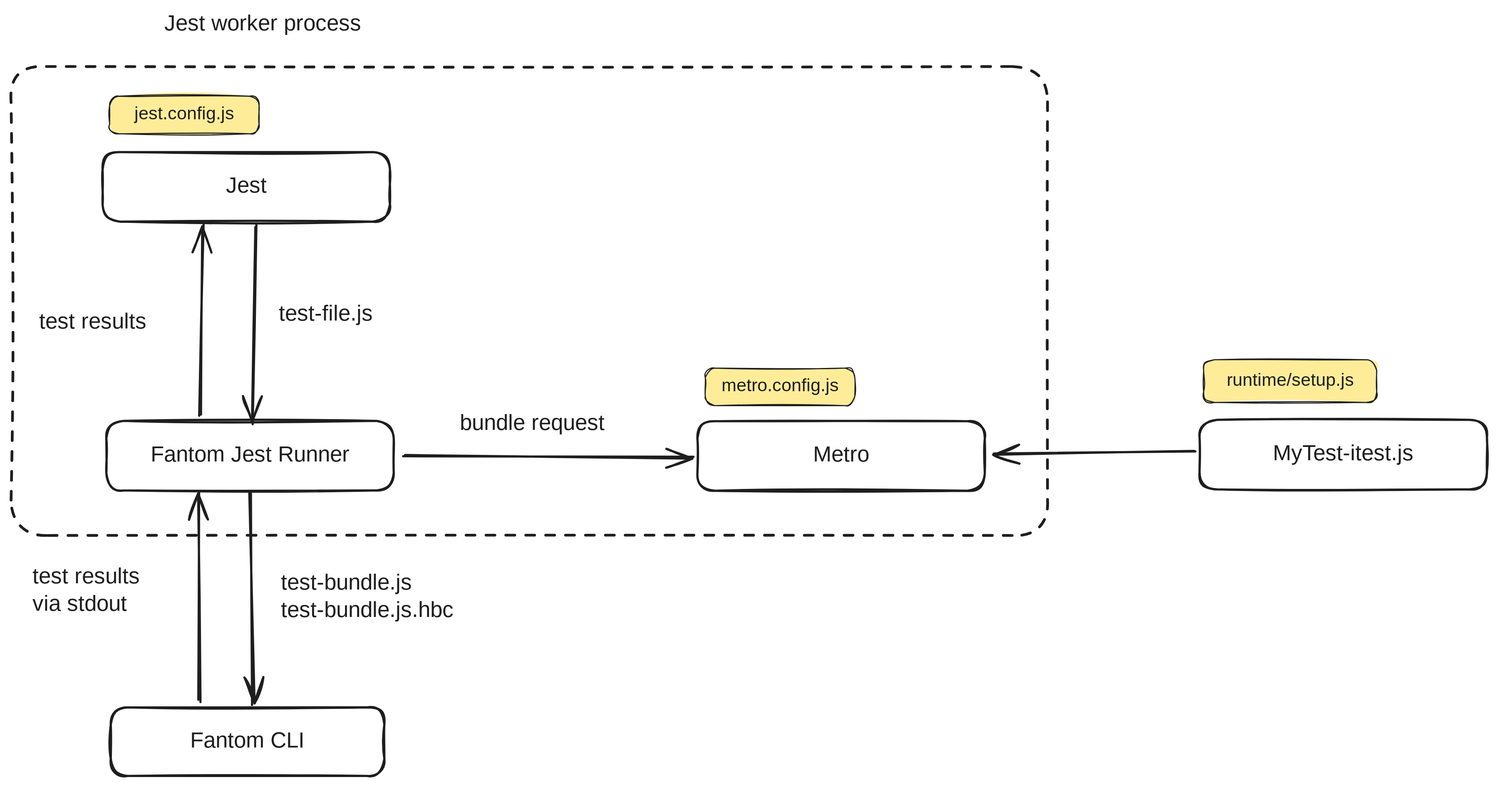
Earlier version of the Excalidraw export packages/react-native-fantom/__docs__/architecture.excalidraw.svg (facebook/react-native). Source tidied: one line per element, renumbered; positions are measured from the earlier drawing's top-left corner, leaving out a move shared by most shapes. The source it was exported from:
```json
{"id": 0, "type": "rectangle", "strokeColor": "#1e1e1e", "strokeWidth": 2, "roughness": 1, "round": true, "x": 90, "y": 630, "width": 247, "height": 62}
{"id": 1, "type": "text", "text": "Fantom CLI", "strokeColor": "#1e1e1e", "strokeWidth": 2, "roughness": 1, "fontSize": 20, "fontFamily": 5, "textAlign": "center", "verticalAlign": "middle", "inside": 0, "x": 157, "y": 649, "width": 113, "height": 25}
{"id": 2, "type": "rectangle", "strokeColor": "#1e1e1e", "strokeWidth": 2, "roughness": 1, "round": true, "x": 1075, "y": 370, "width": 260, "height": 63}
{"id": 3, "type": "text", "text": "MyTest-itest.js", "strokeColor": "#1e1e1e", "strokeWidth": 2, "roughness": 1, "fontSize": 20, "fontFamily": 5, "textAlign": "center", "verticalAlign": "middle", "inside": 2, "x": 1128, "y": 389, "width": 154, "height": 25}
{"id": 4, "type": "rectangle", "strokeColor": "#1e1e1e", "strokeWidth": 2, "roughness": 1, "round": true, "x": 83, "y": 128, "width": 260, "height": 63}
{"id": 5, "type": "text", "text": "Jest", "strokeColor": "#1e1e1e", "strokeWidth": 2, "roughness": 1, "fontSize": 20, "fontFamily": 5, "textAlign": "center", "verticalAlign": "middle", "inside": 4, "x": 191, "y": 147, "width": 44, "height": 25}
{"id": 6, "type": "rectangle", "strokeColor": "#1e1e1e", "strokeWidth": 2, "roughness": 1, "round": true, "x": 86, "y": 371, "width": 260, "height": 63}
{"id": 7, "type": "text", "text": "Fantom Jest Runner", "strokeColor": "#1e1e1e", "strokeWidth": 2, "roughness": 1, "fontSize": 20, "fontFamily": 5, "textAlign": "center", "verticalAlign": "middle", "inside": 6, "x": 118, "y": 390, "width": 197, "height": 25}
{"id": 8, "type": "rectangle", "strokeColor": "#1e1e1e", "strokeWidth": 2, "roughness": 1, "round": true, "x": 621, "y": 371, "width": 260, "height": 63}
{"id": 9, "type": "text", "text": "Metro", "strokeColor": "#1e1e1e", "strokeWidth": 2, "roughness": 1, "fontSize": 20, "fontFamily": 5, "textAlign": "center", "verticalAlign": "middle", "inside": 8, "x": 722, "y": 390, "width": 57, "height": 25}
{"id": 10, "type": "arrow", "strokeColor": "#1e1e1e", "strokeWidth": 2, "roughness": 1, "endArrowhead": "arrow", "round": true, "from": 2, "to": 8, "x": 1071, "y": 398, "width": 182, "height": 4, "points": [[0, 0], [-182, 4]]}
{"id": 11, "type": "arrow", "strokeColor": "#1e1e1e", "strokeWidth": 2, "roughness": 1, "endArrowhead": "arrow", "round": true, "from": 6, "to": 0, "x": 217, "y": 436, "width": 2, "height": 191, "points": [[0, 0], [2, 191]]}
{"id": 12, "type": "arrow", "strokeColor": "#1e1e1e", "strokeWidth": 2, "roughness": 1, "endArrowhead": "arrow", "round": true, "from": 4, "to": 6, "x": 221, "y": 195, "width": 3, "height": 179, "points": [[0, 0], [-3, 179]]}
{"id": 13, "type": "text", "text": "test-file.js", "strokeColor": "#1e1e1e", "strokeWidth": 2, "roughness": 1, "fontSize": 20, "fontFamily": 5, "x": 242, "y": 262, "width": 105, "height": 25}
{"id": 14, "type": "text", "text": "test-bundle.js\ntest-bundle.js.hbc", "strokeColor": "#1e1e1e", "strokeWidth": 2, "roughness": 1, "fontSize": 20, "fontFamily": 5, "x": 244, "y": 506, "width": 173, "height": 50}
{"id": 15, "type": "arrow", "strokeColor": "#1e1e1e", "strokeWidth": 2, "roughness": 1, "endArrowhead": "arrow", "round": true, "from": 6, "to": 8, "x": 356, "y": 403, "width": 262, "height": 0, "points": [[0, 0], [262, 0]]}
{"id": 16, "type": "text", "text": "bundle request", "strokeColor": "#1e1e1e", "strokeWidth": 2, "roughness": 1, "fontSize": 20, "fontFamily": 5, "x": 406, "y": 362, "width": 141, "height": 25}
{"id": 17, "type": "arrow", "strokeColor": "#1e1e1e", "strokeWidth": 2, "roughness": 1, "endArrowhead": "arrow", "round": true, "from": 0, "to": 6, "x": 170, "y": 624, "width": 0, "height": 188, "points": [[0, 0], [0, -188]]}
{"id": 18, "type": "text", "text": "test results\nvia stdout", "strokeColor": "#1e1e1e", "strokeWidth": 2, "roughness": 1, "fontSize": 20, "fontFamily": 5, "x": 19, "y": 500, "width": 119, "height": 50}
{"id": 19, "type": "arrow", "strokeColor": "#1e1e1e", "strokeWidth": 2, "roughness": 1, "endArrowhead": "arrow", "round": true, "from": 6, "to": 4, "x": 171, "y": 366, "width": 3, "height": 173, "points": [[0, 0], [3, -173]]}
{"id": 20, "type": "text", "text": "test results", "strokeColor": "#1e1e1e", "strokeWidth": 2, "roughness": 1, "fontSize": 20, "fontFamily": 5, "x": 25, "y": 270, "width": 119, "height": 25}
{"id": 21, "type": "rectangle", "strokeColor": "#1e1e1e", "strokeWidth": 2, "strokeStyle": "dashed", "roughness": 1, "round": true, "x": 0, "y": 50, "width": 938, "height": 425}
{"id": 22, "type": "text", "text": "Jest worker process", "strokeColor": "#1e1e1e", "strokeWidth": 2, "strokeStyle": "dashed", "roughness": 1, "fontSize": 20, "fontFamily": 5, "x": 139, "y": 0, "width": 197, "height": 25}
{"id": 23, "type": "rectangle", "strokeColor": "#1e1e1e", "backgroundColor": "#ffec99", "fillStyle": "solid", "strokeWidth": 1, "roughness": 1, "round": true, "x": 628, "y": 323, "width": 135, "height": 34}
{"id": 24, "type": "text", "text": "metro.config.js", "strokeColor": "#1e1e1e", "strokeWidth": 2, "strokeStyle": "dashed", "roughness": 1, "fontSize": 16, "fontFamily": 5, "textAlign": "center", "verticalAlign": "middle", "inside": 23, "x": 638, "y": 330, "width": 114, "height": 20}
{"id": 25, "type": "rectangle", "strokeColor": "#1e1e1e", "backgroundColor": "#ffec99", "fillStyle": "solid", "strokeWidth": 1, "roughness": 1, "round": true, "x": 89, "y": 77, "width": 135, "height": 34}
{"id": 26, "type": "text", "text": "jest.config.js", "strokeColor": "#1e1e1e", "strokeWidth": 2, "strokeStyle": "dashed", "roughness": 1, "fontSize": 16, "fontFamily": 5, "textAlign": "center", "verticalAlign": "middle", "inside": 25, "x": 106, "y": 84, "width": 102, "height": 20}
{"id": 27, "type": "rectangle", "strokeColor": "#1e1e1e", "backgroundColor": "#ffec99", "fillStyle": "solid", "strokeWidth": 1, "roughness": 1, "round": true, "x": 1079, "y": 316, "width": 157, "height": 39}
{"id": 28, "type": "text", "text": "runtime/setup.js", "strokeColor": "#1e1e1e", "strokeWidth": 2, "strokeStyle": "dashed", "roughness": 1, "fontSize": 16, "fontFamily": 5, "textAlign": "center", "verticalAlign": "middle", "inside": 27, "x": 1093, "y": 325, "width": 127, "height": 20}
```
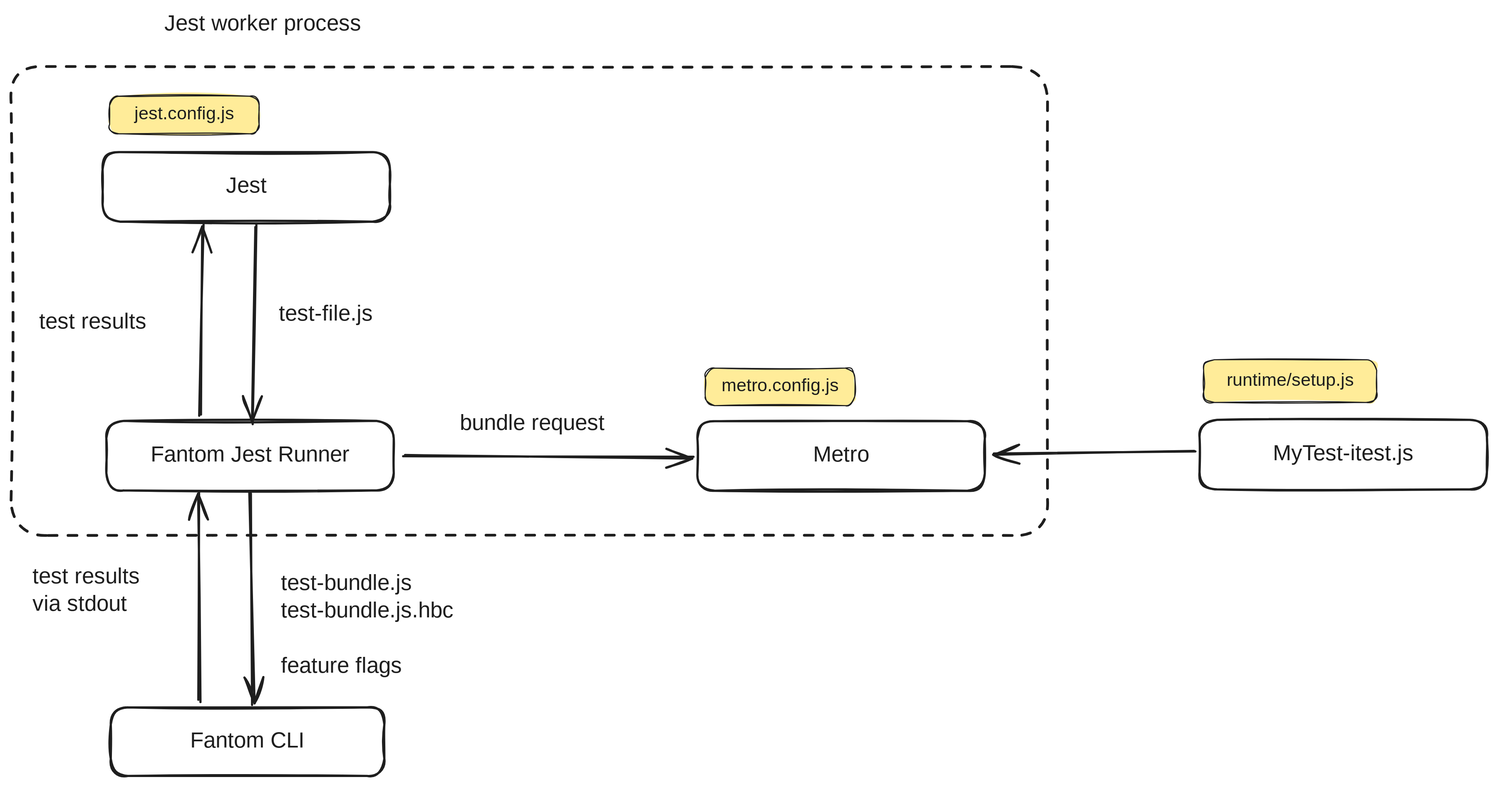
After the commit.

Commit message:
Improve documentation for Fantom (expanding on pragmas)

Summary:
Changelog: [internal]

Adds additional documentation about pragmas and feature flags for Fantom.

Changes the diagram to mention that feature flags are passed to the Fantom CLI.

Reviewed By: andrewdacenko

Differential Revision: D72865960

What changed in the source:
```diff
@@ -12,7 +12,7 @@
 {"id": 11, "type": "arrow", "strokeColor": "#1e1e1e", "strokeWidth": 2, "roughness": 1, "endArrowhead": "arrow", "round": true, "from": 6, "to": 0, "x": 217, "y": 436, "width": 2, "height": 191, "points": [[0, 0], [2, 191]]}
 {"id": 12, "type": "arrow", "strokeColor": "#1e1e1e", "strokeWidth": 2, "roughness": 1, "endArrowhead": "arrow", "round": true, "from": 4, "to": 6, "x": 221, "y": 195, "width": 3, "height": 179, "points": [[0, 0], [-3, 179]]}
 {"id": 13, "type": "text", "text": "test-file.js", "strokeColor": "#1e1e1e", "strokeWidth": 2, "roughness": 1, "fontSize": 20, "fontFamily": 5, "x": 242, "y": 262, "width": 105, "height": 25}
-{"id": 14, "type": "text", "text": "test-bundle.js\ntest-bundle.js.hbc", "strokeColor": "#1e1e1e", "strokeWidth": 2, "roughness": 1, "fontSize": 20, "fontFamily": 5, "x": 244, "y": 506, "width": 173, "height": 50}
+{"id": 14, "type": "text", "text": "test-bundle.js\ntest-bundle.js.hbc\n\nfeature flags", "strokeColor": "#1e1e1e", "strokeWidth": 2, "roughness": 1, "fontSize": 20, "fontFamily": 5, "x": 244, "y": 506, "width": 173, "height": 100}
 {"id": 15, "type": "arrow", "strokeColor": "#1e1e1e", "strokeWidth": 2, "roughness": 1, "endArrowhead": "arrow", "round": true, "from": 6, "to": 8, "x": 356, "y": 403, "width": 262, "height": 0, "points": [[0, 0], [262, 0]]}
 {"id": 16, "type": "text", "text": "bundle request", "strokeColor": "#1e1e1e", "strokeWidth": 2, "roughness": 1, "fontSize": 20, "fontFamily": 5, "x": 406, "y": 362, "width": 141, "height": 25}
 {"id": 17, "type": "arrow", "strokeColor": "#1e1e1e", "strokeWidth": 2, "roughness": 1, "endArrowhead": "arrow", "round": true, "from": 0, "to": 6, "x": 170, "y": 624, "width": 0, "height": 188, "points": [[0, 0], [0, -188]]}
```
